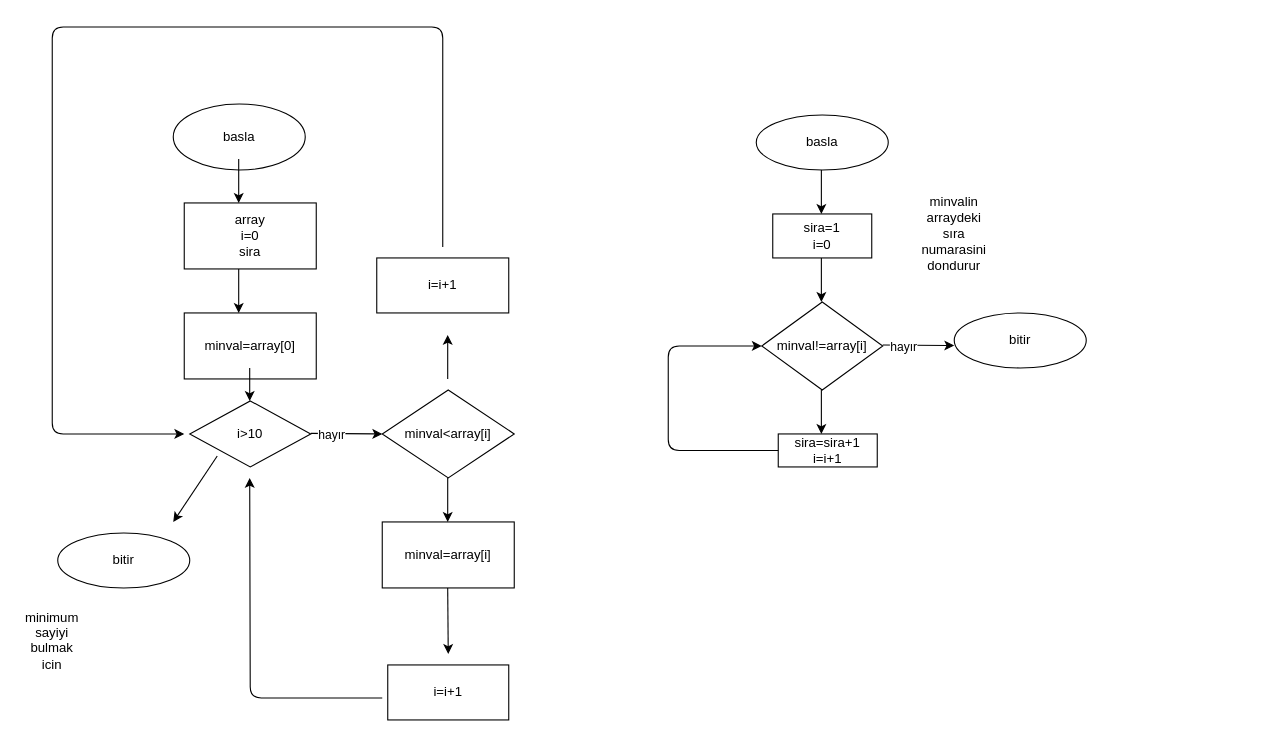
Before: dios/question4.dio in esmanue/AlgoritmaSorular-, a draw.io diagram. Source tidied: cells renumbered, new cells numbered last; positions are measured from the earlier drawing's top-left corner, leaving out a move shared by most shapes. Both pictures are drawn from the tidied source at 110%, with x=0, y=0 at pixel (19, 26).
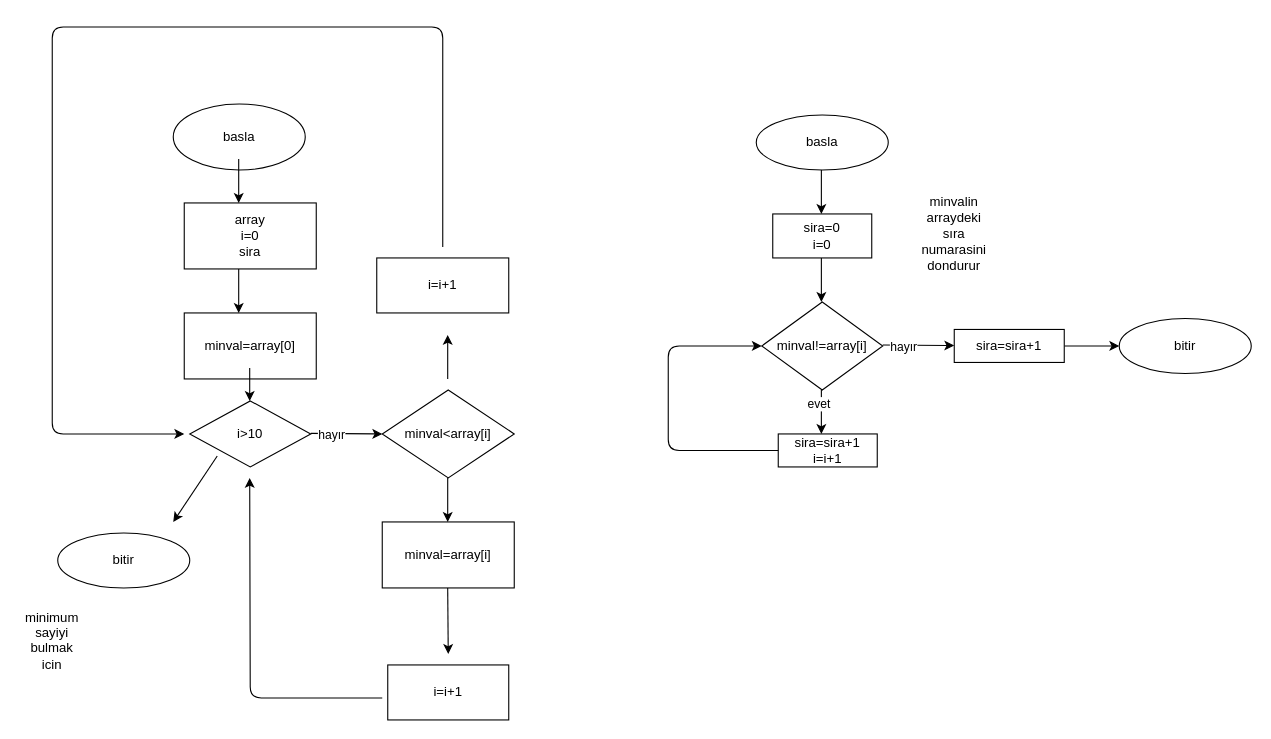
The same diagram, later.

Unchanged cells that the change refers to:
```xml
<mxCell id="30" style="endArrow=classic;html=1;" parent="1" edge="1">
  <mxGeometry relative="1" as="geometry">
    <mxPoint x="729.2" y="330" as="sourcePoint" />
    <mxPoint x="729.2" y="370" as="targetPoint" />
  </mxGeometry>
</mxCell>
```

Diff of the diagram source:
```diff
@@
-    <mxCell id="24" value="sira=1&lt;div&gt;i=0&lt;/div&gt;" style="rounded=0;whiteSpace=wrap;html=1;" parent="1" vertex="1">
+    <mxCell id="24" value="sira=0&lt;div&gt;i=0&lt;/div&gt;" style="rounded=0;whiteSpace=wrap;html=1;" parent="1" vertex="1">
       <mxGeometry x="685" y="170" width="90" height="40" as="geometry" />
     </mxCell>
@@
     <mxCell id="27" value="bitir" style="ellipse;whiteSpace=wrap;html=1;" parent="1" vertex="1">
-      <mxGeometry x="850" y="260" width="120" height="50" as="geometry" />
+      <mxGeometry x="1000" y="265" width="120" height="50" as="geometry" />
     </mxCell>
@@
+    <mxCell id="35" value="evet" style="edgeLabel;html=1;align=center;verticalAlign=middle;" parent="30" vertex="1">
+      <mxGeometry x="-0.42" y="-3" relative="1" as="geometry" />
+    </mxCell>
@@
+    <mxCell id="36" style="edgeStyle=none;html=1;exitX=1;exitY=0.5;exitDx=0;exitDy=0;entryX=0;entryY=0.5;entryDx=0;entryDy=0;" parent="1" edge="1" source="37" target="27">
+      <mxGeometry relative="1" as="geometry" />
+    </mxCell>
+    <mxCell id="37" value="sira=sira+1" style="rounded=0;whiteSpace=wrap;html=1;" parent="1" vertex="1">
+      <mxGeometry x="850" y="275" width="100" height="30" as="geometry" />
+    </mxCell>
```
